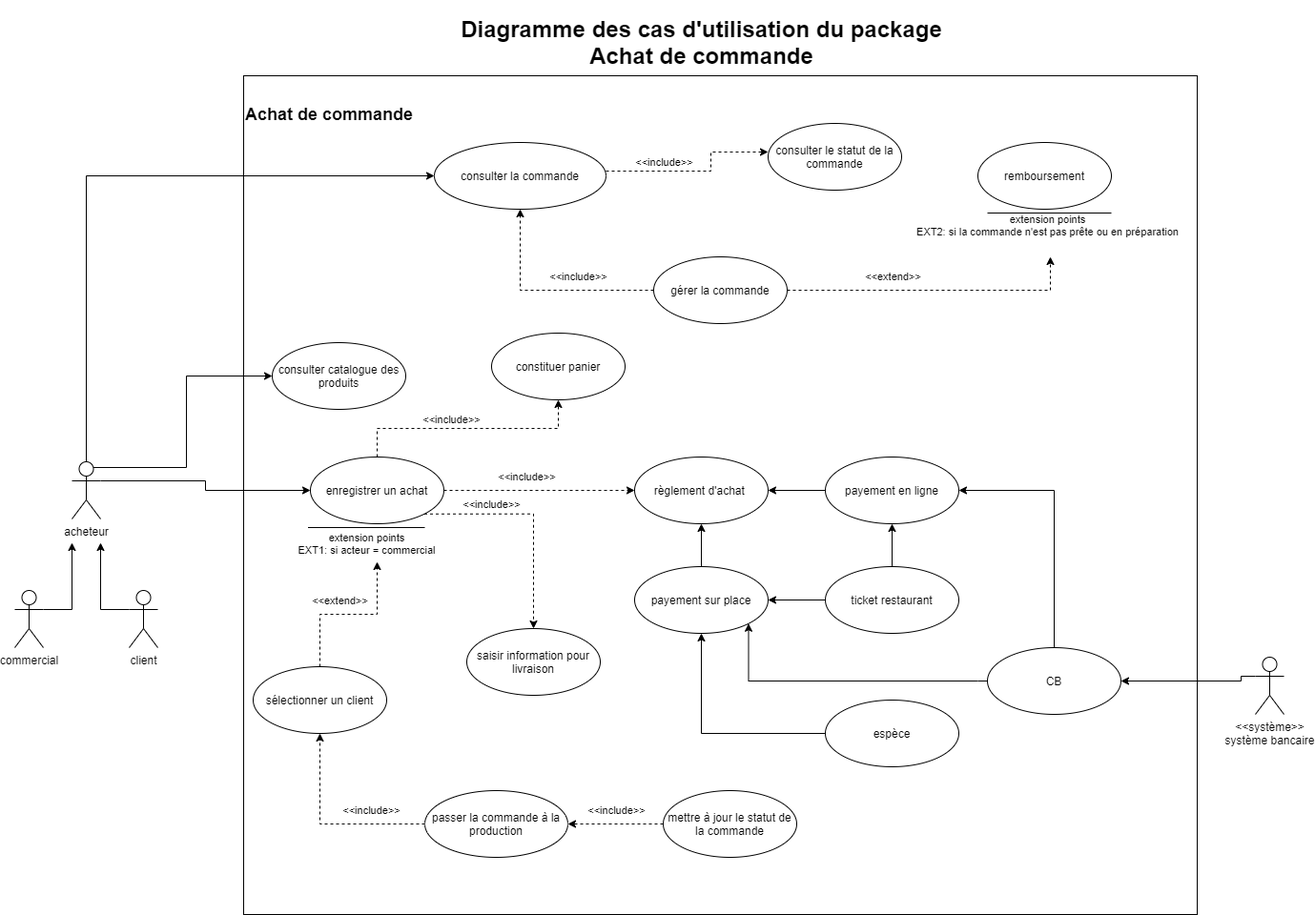
Above: Spécifications fonctionnelles/Diagrammes/diagramme d'achat de commande.png in HBaraa/P4_OC-pizza (draw.io), before the change. Source tidied: cells renumbered, new cells last; positions are measured from the earlier drawing's top-left corner, leaving out a move shared by most shapes.
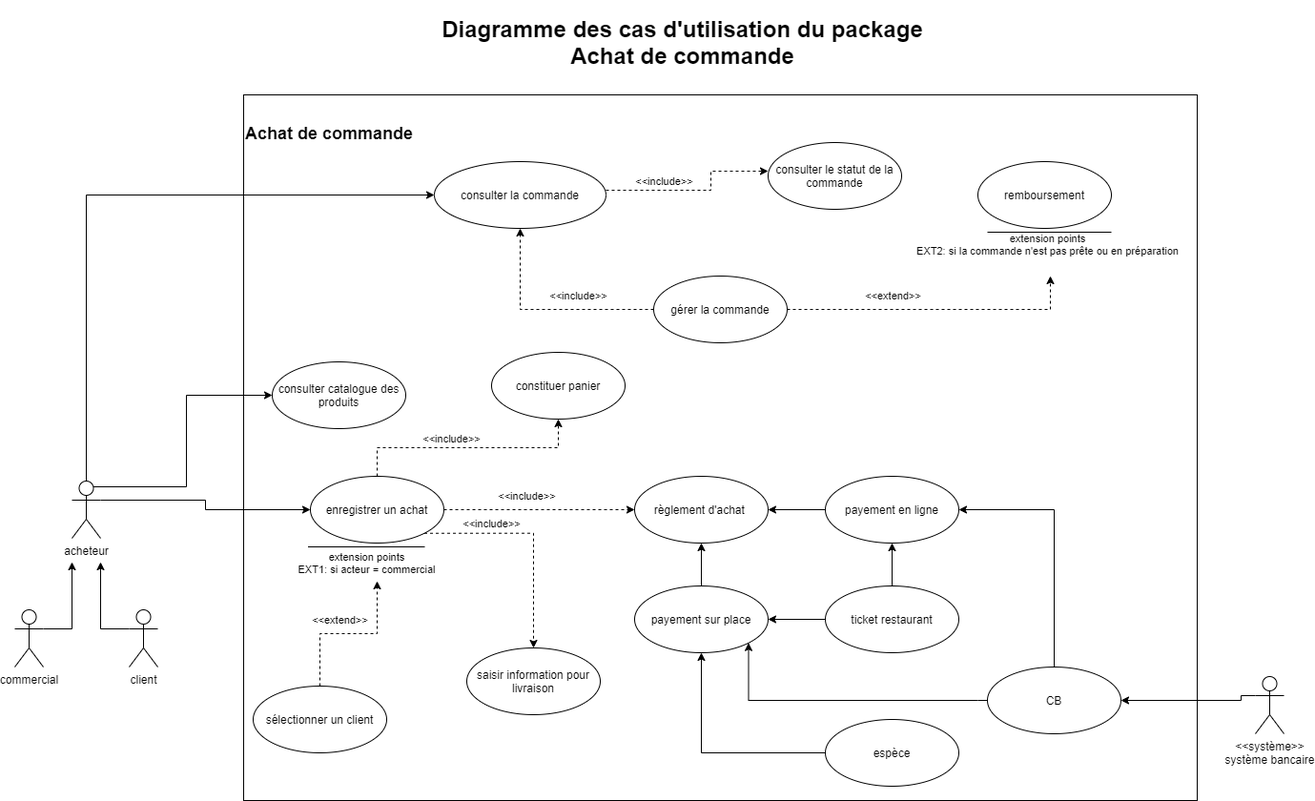
After the commit.

The edit, as a diff of the source:
```diff
@@ -2,8 +2,8 @@
   <root>
     <mxCell id="0" />
     <mxCell id="1" parent="0" />
-    <mxCell id="2" value="&lt;h2&gt;Achat de commande&lt;/h2&gt;&lt;div&gt;&lt;br&gt;&lt;/div&gt;&lt;div&gt;&lt;br&gt;&lt;/div&gt;&lt;div&gt;&lt;br&gt;&lt;/div&gt;&lt;div&gt;&lt;br&gt;&lt;/div&gt;&lt;div&gt;&lt;br&gt;&lt;/div&gt;&lt;div&gt;&lt;br&gt;&lt;/div&gt;&lt;div&gt;&lt;br&gt;&lt;/div&gt;&lt;div&gt;&lt;br&gt;&lt;/div&gt;&lt;div&gt;&lt;br&gt;&lt;/div&gt;&lt;div&gt;&lt;br&gt;&lt;/div&gt;&lt;div&gt;&lt;br&gt;&lt;/div&gt;&lt;div&gt;&lt;br&gt;&lt;/div&gt;&lt;div&gt;&lt;br&gt;&lt;/div&gt;&lt;div&gt;&lt;br&gt;&lt;/div&gt;&lt;div&gt;&lt;br&gt;&lt;/div&gt;&lt;div&gt;&lt;br&gt;&lt;/div&gt;&lt;div&gt;&lt;br&gt;&lt;/div&gt;&lt;div&gt;&lt;br&gt;&lt;/div&gt;&lt;div&gt;&lt;br&gt;&lt;/div&gt;&lt;div&gt;&lt;br&gt;&lt;/div&gt;&lt;div&gt;&lt;br&gt;&lt;/div&gt;&lt;div&gt;&lt;br&gt;&lt;/div&gt;&lt;div&gt;&lt;br&gt;&lt;/div&gt;&lt;br&gt;&lt;br&gt;&lt;br&gt;&lt;br&gt;&lt;br&gt;&lt;br&gt;&lt;br&gt;&lt;br&gt;&lt;br&gt;&lt;br&gt;&lt;br&gt;&lt;br&gt;&lt;br&gt;&lt;br&gt;&lt;br&gt;&lt;br&gt;&lt;br&gt;&lt;br&gt;&lt;br&gt;&lt;br&gt;&lt;br&gt;&lt;br&gt;&lt;br&gt;&lt;br&gt;&lt;br&gt;&lt;br&gt;&lt;br&gt;&lt;br&gt;&lt;br&gt;&lt;br&gt;&lt;br&gt;&lt;br&gt;&lt;br&gt;&lt;br&gt;" style="rounded=0;whiteSpace=wrap;html=1;align=left;" parent="1" vertex="1">
-      <mxGeometry x="240" y="70" width="1000" height="880" as="geometry" />
+    <mxCell id="2" value="&lt;h2&gt;Achat de commande&lt;/h2&gt;&lt;div&gt;&lt;br&gt;&lt;/div&gt;&lt;div&gt;&lt;br&gt;&lt;/div&gt;&lt;div&gt;&lt;br&gt;&lt;/div&gt;&lt;div&gt;&lt;br&gt;&lt;/div&gt;&lt;div&gt;&lt;br&gt;&lt;/div&gt;&lt;div&gt;&lt;br&gt;&lt;/div&gt;&lt;div&gt;&lt;br&gt;&lt;/div&gt;&lt;div&gt;&lt;br&gt;&lt;/div&gt;&lt;div&gt;&lt;br&gt;&lt;/div&gt;&lt;div&gt;&lt;br&gt;&lt;/div&gt;&lt;div&gt;&lt;br&gt;&lt;/div&gt;&lt;div&gt;&lt;br&gt;&lt;/div&gt;&lt;div&gt;&lt;br&gt;&lt;/div&gt;&lt;div&gt;&lt;br&gt;&lt;/div&gt;&lt;br&gt;&lt;br&gt;&lt;br&gt;&lt;br&gt;&lt;br&gt;&lt;br&gt;&lt;br&gt;&lt;br&gt;&lt;br&gt;&lt;br&gt;&lt;br&gt;&lt;br&gt;&lt;br&gt;&lt;br&gt;&lt;br&gt;&lt;br&gt;&lt;br&gt;&lt;br&gt;&lt;br&gt;&lt;br&gt;&lt;br&gt;&lt;br&gt;&lt;br&gt;&lt;br&gt;&lt;br&gt;&lt;br&gt;&lt;br&gt;&lt;br&gt;&lt;br&gt;&lt;br&gt;&lt;br&gt;&lt;br&gt;&lt;br&gt;" style="rounded=0;whiteSpace=wrap;html=1;align=left;" parent="1" vertex="1">
+      <mxGeometry x="240" y="70" width="1000" height="740" as="geometry" />
     </mxCell>
     <mxCell id="3" style="edgeStyle=orthogonalEdgeStyle;rounded=0;jettySize=auto;html=1;exitX=0.75;exitY=0.1;exitDx=0;exitDy=0;exitPerimeter=0;entryX=0;entryY=0.5;entryDx=0;entryDy=0;" parent="1" edge="1" source="7" target="12">
       <mxGeometry relative="1" as="geometry" />
@@ -149,19 +149,8 @@
     <mxCell id="40" style="line;strokeWidth=1;fillColor=none;align=left;verticalAlign=middle;spacingTop=-1;spacingLeft=3;spacingRight=3;labelPosition=right;" parent="1" vertex="1">
       <mxGeometry x="307.5" y="540" width="122.5" height="8" as="geometry" />
     </mxCell>
-    <mxCell id="41" style="edgeStyle=orthogonalEdgeStyle;rounded=0;jettySize=auto;html=1;exitX=0;exitY=0.5;exitDx=0;exitDy=0;entryX=0.5;entryY=1;entryDx=0;entryDy=0;dashed=1;" parent="1" edge="1" source="43" target="39">
-      <mxGeometry relative="1" as="geometry" />
-    </mxCell>
-    <mxCell id="42" value="&amp;lt;&amp;lt;include&amp;gt;&amp;gt;" style="edgeLabel;html=1;align=center;verticalAlign=middle;" parent="41" vertex="1">
-      <mxGeometry x="-0.25" relative="1" as="geometry">
-        <mxPoint x="19" y="-15" as="offset" />
-      </mxGeometry>
-    </mxCell>
-    <mxCell id="43" value="passer la commande à la production" style="ellipse;whiteSpace=wrap;html=1;" parent="1" vertex="1">
-      <mxGeometry x="430" y="820" width="150" height="70" as="geometry" />
-    </mxCell>
     <mxCell id="44" value="&lt;h1&gt;&lt;/h1&gt;&lt;h1&gt;Diagramme des cas d'utilisation du package&lt;br&gt;Achat de commande&lt;/h1&gt;" style="text;html=1;align=center;verticalAlign=middle;" parent="1" vertex="1">
-      <mxGeometry x="460" width="520" height="70" as="geometry" />
+      <mxGeometry x="440" y="-20" width="520" height="70" as="geometry" />
     </mxCell>
     <mxCell id="45" style="edgeStyle=orthogonalEdgeStyle;rounded=0;orthogonalLoop=1;jettySize=auto;html=1;exitX=1;exitY=0.5;exitDx=0;exitDy=0;entryX=0;entryY=0.5;entryDx=0;entryDy=0;dashed=1;" parent="1" edge="1">
       <mxGeometry relative="1" as="geometry">
@@ -187,17 +176,6 @@
     <mxCell id="49" value="consulter le statut de la commande" style="ellipse;whiteSpace=wrap;html=1;" parent="1" vertex="1">
       <mxGeometry x="790" y="120" width="140" height="70" as="geometry" />
     </mxCell>
-    <mxCell id="50" style="edgeStyle=orthogonalEdgeStyle;rounded=0;jettySize=auto;html=1;exitX=0;exitY=0.5;exitDx=0;exitDy=0;entryX=1;entryY=0.5;entryDx=0;entryDy=0;dashed=1;" parent="1" edge="1" source="52" target="43">
-      <mxGeometry relative="1" as="geometry" />
-    </mxCell>
-    <mxCell id="51" value="&amp;lt;&amp;lt;include&amp;gt;&amp;gt;" style="edgeLabel;html=1;align=center;verticalAlign=middle;" parent="50" vertex="1">
-      <mxGeometry x="0.24" y="-1" relative="1" as="geometry">
-        <mxPoint x="12" y="-14" as="offset" />
-      </mxGeometry>
-    </mxCell>
-    <mxCell id="52" value="mettre à jour le statut de la commande" style="ellipse;whiteSpace=wrap;html=1;" parent="1" vertex="1">
-      <mxGeometry x="680" y="820" width="140" height="70" as="geometry" />
-    </mxCell>
     <mxCell id="53" style="edgeStyle=orthogonalEdgeStyle;rounded=0;jettySize=auto;html=1;exitX=0;exitY=0.5;exitDx=0;exitDy=0;dashed=1;" parent="1" edge="1" source="58" target="47">
       <mxGeometry relative="1" as="geometry" />
     </mxCell>
```
